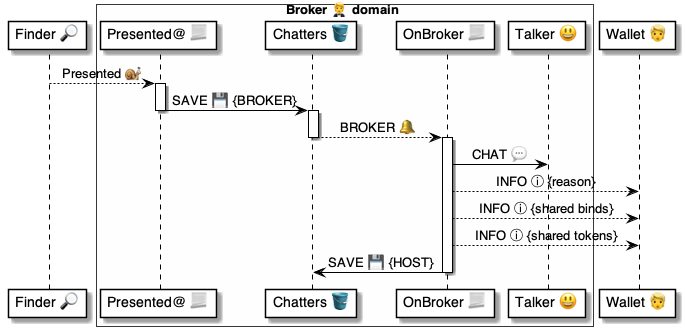
Before: 4 ⚙️ Solution/20 🧑‍🦰 UI/Brokers 🤵/🤵🪣 Broker tables/Chatters 👥 table/🪣🔔 2 Broker/🤵 OnChatterBroker ⚙️ uml.png, a diagram exported from PlantUML (pollyweb-org/pollyweb-docs). Its source is kept beside it as 4 ⚙️ Solution/20 🧑‍🦰 UI/Brokers 🤵/🤵🪣 Broker tables/Chatters 👥 table/🪣🔔 2 Broker/🤵 OnChatterBroker ⚙️ uml.puml.
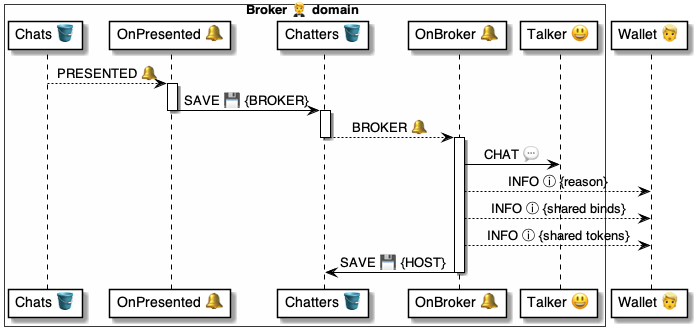
Above is the later version.

Change to the diagram source:
```diff
@@ -1,17 +1,17 @@
 @startuml OnChatterBroker
 
-participant "Finder 🔎" as finder
 
 box Broker 🤵 domain #FFFFFA
-    participant "Presented@ 📃" as script
+    participant "Chats 🪣" as chats
+    participant "OnPresented 🔔" as script
     participant "Chatters 🪣" as table
-    participant "OnBroker 📃" as handler
+    participant "OnBroker 🔔" as handler
     participant "Talker 😃" as talker
 end box
 
 participant "Wallet 👱" as wallet
 
-finder --> script: Presented 🐌
+chats --> script: PRESENTED 🔔
 
 activate script
     script -> table: SAVE 💾 {BROKER}
```
